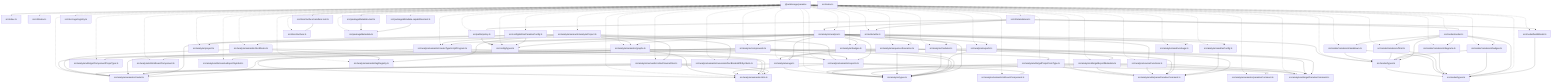
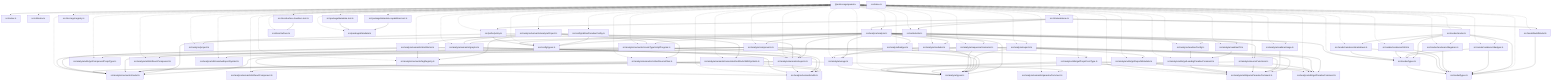
graph TD
  package__ankhorage_paradox["@ankhorage/paradox"]
  entrypoint_src_index_ts["src/index.ts"]
  package__ankhorage_paradox --> entrypoint_src_index_ts
  module_src_analyze_analyze_ts["src/analyze/analyze.ts"]
  package__ankhorage_paradox -.-> module_src_analyze_analyze_ts
  module_src_analyze_analyze_ts --> module_src_analyze_badges_ts
  module_src_analyze_analyze_ts --> module_src_analyze_components_ts
  module_src_analyze_analyze_ts --> module_src_analyze_exports_ts
  module_src_analyze_analyze_ts --> module_src_analyze_modules_ts
  module_src_analyze_analyze_ts --> module_src_analyze_project_ts
+   module_src_analyze_analyze_ts --> module_src_analyze_readmeCli_ts
  module_src_analyze_analyze_ts --> module_src_analyze_readmeConfig_ts
  module_src_analyze_analyze_ts --> module_src_analyze_readmeUsage_ts
  module_src_analyze_analyze_ts --> module_src_analyze_semantic_createTypeScriptProgram_ts
  module_src_analyze_analyze_ts --> module_src_analyze_semantic_exports_ts
  module_src_analyze_analyze_ts --> module_src_analyze_semantic_graphs_ts
  module_src_analyze_analyze_ts --> module_src_analyze_sequenceScenarios_ts
  module_src_analyze_analyze_ts --> module_src_analyze_sourceFunctions_ts
  module_src_analyze_analyze_ts --> module_src_analyze_types_ts
  module_src_analyze_analyze_ts --> module_src_analyze_usage_ts
  module_src_analyze_analyze_ts --> module_src_config_types_ts
  module_src_analyze_badges_ts["src/analyze/badges.ts"]
  package__ankhorage_paradox -.-> module_src_analyze_badges_ts
  module_src_analyze_badges_ts --> module_src_analyze_types_ts
  module_src_analyze_badges_ts --> module_src_analyze_usage_ts
  module_src_analyze_components_ts["src/analyze/components.ts"]
  package__ankhorage_paradox -.-> module_src_analyze_components_ts
  module_src_analyze_components_ts --> module_src_analyze_semantic_exports_ts
  module_src_analyze_components_ts --> module_src_analyze_semantic_model_ts
  module_src_analyze_components_ts --> module_src_analyze_types_ts
  module_src_analyze_components_ts --> module_src_analyze_utils_getComponentPropsType_ts
  module_src_analyze_components_ts --> module_src_analyze_utils_getPropsFromType_ts
  module_src_analyze_components_ts --> module_src_analyze_utils_isReactComponent_ts
  module_src_analyze_exports_ts["src/analyze/exports.ts"]
  package__ankhorage_paradox -.-> module_src_analyze_exports_ts
  module_src_analyze_exports_ts --> module_src_analyze_types_ts
  module_src_analyze_exports_ts --> module_src_analyze_utils_getExportMetadata_ts
  module_src_analyze_exports_ts --> module_src_analyze_utils_getParadoxComment_ts
  module_src_analyze_exports_ts --> module_src_analyze_utils_parseParadoxComment_ts
  module_src_analyze_exports_ts --> module_src_analyze_utils_resolveExportSymbol_ts
  module_src_analyze_modules_ts["src/analyze/modules.ts"]
  package__ankhorage_paradox -.-> module_src_analyze_modules_ts
  module_src_analyze_modules_ts --> module_src_analyze_types_ts
  module_src_analyze_project_ts["src/analyze/project.ts"]
  package__ankhorage_paradox -.-> module_src_analyze_project_ts
+   module_src_analyze_readmeCli_ts["src/analyze/readmeCli.ts"]
+   package__ankhorage_paradox -.-> module_src_analyze_readmeCli_ts
+   module_src_analyze_readmeCli_ts --> module_src_analyze_utils_getLeadingParadoxComment_ts
  module_src_analyze_readmeConfig_ts["src/analyze/readmeConfig.ts"]
  package__ankhorage_paradox -.-> module_src_analyze_readmeConfig_ts
-   module_src_analyze_readmeConfig_ts --> module_src_analyze_utils_parseParadoxComment_ts
+   module_src_analyze_readmeConfig_ts --> module_src_analyze_utils_getLeadingParadoxComment_ts
  module_src_analyze_readmeUsage_ts["src/analyze/readmeUsage.ts"]
  package__ankhorage_paradox -.-> module_src_analyze_readmeUsage_ts
  module_src_analyze_readmeUsage_ts --> module_src_analyze_utils_parseParadoxComment_ts
  module_src_analyze_semantic_analyzeProject_ts["src/analyze/semantic/analyzeProject.ts"]
  package__ankhorage_paradox -.-> module_src_analyze_semantic_analyzeProject_ts
  module_src_analyze_semantic_analyzeProject_ts --> module_src_analyze_semantic_associateDocBlocksWithSymbols_ts
  module_src_analyze_semantic_analyzeProject_ts --> module_src_analyze_semantic_collectSourceFiles_ts
  module_src_analyze_semantic_analyzeProject_ts --> module_src_analyze_semantic_createTypeScriptProgram_ts
  module_src_analyze_semantic_analyzeProject_ts --> module_src_analyze_semantic_docBlocks_ts
  module_src_analyze_semantic_analyzeProject_ts --> module_src_analyze_semantic_exports_ts
  module_src_analyze_semantic_analyzeProject_ts --> module_src_analyze_semantic_graphs_ts
  module_src_analyze_semantic_analyzeProject_ts --> module_src_analyze_semantic_model_ts
  module_src_analyze_semantic_analyzeProject_ts --> module_src_analyze_semantic_tagRegistry_ts
  module_src_analyze_semantic_associateDocBlocksWithSymbols_ts["src/analyze/semantic/associateDocBlocksWithSymbols.ts"]
  package__ankhorage_paradox -.-> module_src_analyze_semantic_associateDocBlocksWithSymbols_ts
  module_src_analyze_semantic_associateDocBlocksWithSymbols_ts --> module_src_analyze_semantic_model_ts
  module_src_analyze_semantic_associateDocBlocksWithSymbols_ts --> module_src_analyze_semantic_utils_ts
  module_src_analyze_semantic_collectSourceFiles_ts["src/analyze/semantic/collectSourceFiles.ts"]
  package__ankhorage_paradox -.-> module_src_analyze_semantic_collectSourceFiles_ts
  module_src_analyze_semantic_collectSourceFiles_ts --> module_src_analyze_semantic_model_ts
  module_src_analyze_semantic_collectSourceFiles_ts --> module_src_analyze_semantic_utils_ts
  module_src_analyze_semantic_createTypeScriptProgram_ts["src/analyze/semantic/createTypeScriptProgram.ts"]
  package__ankhorage_paradox -.-> module_src_analyze_semantic_createTypeScriptProgram_ts
  module_src_analyze_semantic_createTypeScriptProgram_ts --> module_src_analyze_semantic_model_ts
  module_src_analyze_semantic_createTypeScriptProgram_ts --> module_src_analyze_semantic_utils_ts
  module_src_analyze_semantic_docBlocks_ts["src/analyze/semantic/docBlocks.ts"]
  package__ankhorage_paradox -.-> module_src_analyze_semantic_docBlocks_ts
  module_src_analyze_semantic_docBlocks_ts --> module_src_analyze_semantic_model_ts
  module_src_analyze_semantic_docBlocks_ts --> module_src_analyze_semantic_tagRegistry_ts
  module_src_analyze_semantic_docBlocks_ts --> module_src_analyze_semantic_utils_ts
  module_src_analyze_semantic_exports_ts["src/analyze/semantic/exports.ts"]
  package__ankhorage_paradox -.-> module_src_analyze_semantic_exports_ts
  module_src_analyze_semantic_exports_ts --> module_src_analyze_semantic_isReactComponent_ts
  module_src_analyze_semantic_exports_ts --> module_src_analyze_semantic_model_ts
  module_src_analyze_semantic_exports_ts --> module_src_analyze_semantic_paradoxComment_ts
  module_src_analyze_semantic_exports_ts --> module_src_analyze_semantic_utils_ts
  module_src_analyze_semantic_graphs_ts["src/analyze/semantic/graphs.ts"]
  package__ankhorage_paradox -.-> module_src_analyze_semantic_graphs_ts
  module_src_analyze_semantic_graphs_ts --> module_src_analyze_semantic_exports_ts
  module_src_analyze_semantic_graphs_ts --> module_src_analyze_semantic_model_ts
  module_src_analyze_semantic_graphs_ts --> module_src_analyze_semantic_utils_ts
  module_src_analyze_semantic_isReactComponent_ts["src/analyze/semantic/isReactComponent.ts"]
  package__ankhorage_paradox -.-> module_src_analyze_semantic_isReactComponent_ts
  module_src_analyze_semantic_model_ts["src/analyze/semantic/model.ts"]
  package__ankhorage_paradox -.-> module_src_analyze_semantic_model_ts
  module_src_analyze_semantic_paradoxComment_ts["src/analyze/semantic/paradoxComment.ts"]
  package__ankhorage_paradox -.-> module_src_analyze_semantic_paradoxComment_ts
  module_src_analyze_semantic_tagRegistry_ts["src/analyze/semantic/tagRegistry.ts"]
  package__ankhorage_paradox -.-> module_src_analyze_semantic_tagRegistry_ts
  module_src_analyze_semantic_utils_ts["src/analyze/semantic/utils.ts"]
  package__ankhorage_paradox -.-> module_src_analyze_semantic_utils_ts
  module_src_analyze_sequenceScenarios_ts["src/analyze/sequenceScenarios.ts"]
  package__ankhorage_paradox -.-> module_src_analyze_sequenceScenarios_ts
  module_src_analyze_sequenceScenarios_ts --> module_src_analyze_semantic_utils_ts
  module_src_analyze_sequenceScenarios_ts --> module_src_analyze_types_ts
  module_src_analyze_sequenceScenarios_ts --> module_src_analyze_usage_ts
  module_src_analyze_sequenceScenarios_ts --> module_src_analyze_utils_getParadoxComment_ts
  module_src_analyze_sequenceScenarios_ts --> module_src_analyze_utils_parseParadoxComment_ts
  module_src_analyze_sourceFunctions_ts["src/analyze/sourceFunctions.ts"]
  package__ankhorage_paradox -.-> module_src_analyze_sourceFunctions_ts
  module_src_analyze_sourceFunctions_ts --> module_src_analyze_types_ts
  module_src_analyze_sourceFunctions_ts --> module_src_analyze_utils_getParadoxComment_ts
  module_src_analyze_sourceFunctions_ts --> module_src_analyze_utils_parseParadoxComment_ts
  module_src_analyze_types_ts["src/analyze/types.ts"]
  package__ankhorage_paradox -.-> module_src_analyze_types_ts
  module_src_analyze_usage_ts["src/analyze/usage.ts"]
  package__ankhorage_paradox -.-> module_src_analyze_usage_ts
  module_src_analyze_usage_ts --> module_src_analyze_types_ts
  module_src_analyze_utils_getComponentPropsType_ts["src/analyze/utils/getComponentPropsType.ts"]
  package__ankhorage_paradox -.-> module_src_analyze_utils_getComponentPropsType_ts
  module_src_analyze_utils_getExportMetadata_ts["src/analyze/utils/getExportMetadata.ts"]
  package__ankhorage_paradox -.-> module_src_analyze_utils_getExportMetadata_ts
  module_src_analyze_utils_getExportMetadata_ts --> module_src_analyze_types_ts
  module_src_analyze_utils_getExportMetadata_ts --> module_src_analyze_utils_getParadoxComment_ts
  module_src_analyze_utils_getExportMetadata_ts --> module_src_analyze_utils_parseParadoxComment_ts
+   module_src_analyze_utils_getLeadingParadoxComment_ts["src/analyze/utils/getLeadingParadoxComment.ts"]
+   package__ankhorage_paradox -.-> module_src_analyze_utils_getLeadingParadoxComment_ts
+   module_src_analyze_utils_getLeadingParadoxComment_ts --> module_src_analyze_utils_parseParadoxComment_ts
  module_src_analyze_utils_getParadoxComment_ts["src/analyze/utils/getParadoxComment.ts"]
  package__ankhorage_paradox -.-> module_src_analyze_utils_getParadoxComment_ts
  module_src_analyze_utils_getPropsFromType_ts["src/analyze/utils/getPropsFromType.ts"]
  package__ankhorage_paradox -.-> module_src_analyze_utils_getPropsFromType_ts
  module_src_analyze_utils_getPropsFromType_ts --> module_src_analyze_types_ts
  module_src_analyze_utils_getPropsFromType_ts --> module_src_analyze_utils_getParadoxComment_ts
  module_src_analyze_utils_getPropsFromType_ts --> module_src_analyze_utils_parseParadoxComment_ts
  module_src_analyze_utils_isReactComponent_ts["src/analyze/utils/isReactComponent.ts"]
  package__ankhorage_paradox -.-> module_src_analyze_utils_isReactComponent_ts
  module_src_analyze_utils_parseParadoxComment_ts["src/analyze/utils/parseParadoxComment.ts"]
  package__ankhorage_paradox -.-> module_src_analyze_utils_parseParadoxComment_ts
  module_src_analyze_utils_resolveExportSymbol_ts["src/analyze/utils/resolveExportSymbol.ts"]
  package__ankhorage_paradox -.-> module_src_analyze_utils_resolveExportSymbol_ts
  module_src_cli_index_ts["src/cli/index.ts"]
  package__ankhorage_paradox -.-> module_src_cli_index_ts
  module_src_cli_standalone_ts["src/cli/standalone.ts"]
  package__ankhorage_paradox -.-> module_src_cli_standalone_ts
  module_src_cli_standalone_ts --> module_src_analyze_analyze_ts
  module_src_cli_standalone_ts --> module_src_model_buildModel_ts
  module_src_cli_standalone_ts --> module_src_paths_policy_ts
  module_src_cli_standalone_ts --> module_src_render_render_ts
  module_src_cli_standalone_ts --> module_src_write_write_ts
  module_src_config_defineParadoxConfig_ts["src/config/defineParadoxConfig.ts"]
  package__ankhorage_paradox -.-> module_src_config_defineParadoxConfig_ts
  module_src_config_defineParadoxConfig_ts --> module_src_config_types_ts
  module_src_config_types_ts["src/config/types.ts"]
  package__ankhorage_paradox -.-> module_src_config_types_ts
  module_src_doc_tags_registry_ts["src/doc-tags/registry.ts"]
  package__ankhorage_paradox -.-> module_src_doc_tags_registry_ts
  module_src_docsSurface_handlers_test_ts["src/docsSurface.handlers.test.ts"]
  package__ankhorage_paradox -.-> module_src_docsSurface_handlers_test_ts
  module_src_docsSurface_handlers_test_ts --> module_src_docsSurface_ts
  module_src_docsSurface_ts["src/docsSurface.ts"]
  package__ankhorage_paradox -.-> module_src_docsSurface_ts
  module_src_index_ts["src/index.ts"]
  module_src_model_buildModel_ts["src/model/buildModel.ts"]
  package__ankhorage_paradox -.-> module_src_model_buildModel_ts
  module_src_model_buildModel_ts --> module_src_model_types_ts
  module_src_model_types_ts["src/model/types.ts"]
  package__ankhorage_paradox -.-> module_src_model_types_ts
  module_src_packageMetadata_capabilities_test_ts["src/packageMetadata.capabilities.test.ts"]
  package__ankhorage_paradox -.-> module_src_packageMetadata_capabilities_test_ts
  module_src_packageMetadata_capabilities_test_ts --> module_src_packageMetadata_ts
  module_src_packageMetadata_test_ts["src/packageMetadata.test.ts"]
  package__ankhorage_paradox -.-> module_src_packageMetadata_test_ts
  module_src_packageMetadata_test_ts --> module_src_packageMetadata_ts
  module_src_packageMetadata_ts["src/packageMetadata.ts"]
  package__ankhorage_paradox -.-> module_src_packageMetadata_ts
  module_src_paths_policy_ts["src/paths/policy.ts"]
  package__ankhorage_paradox -.-> module_src_paths_policy_ts
  module_src_paths_policy_ts --> module_src_config_types_ts
  module_src_render_render_ts["src/render/render.ts"]
  package__ankhorage_paradox -.-> module_src_render_render_ts
  module_src_render_render_ts --> module_src_model_types_ts
  module_src_render_render_ts --> module_src_render_renderers_badges_ts
  module_src_render_render_ts --> module_src_render_renderers_diagrams_ts
  module_src_render_render_ts --> module_src_render_renderers_html_ts
  module_src_render_render_ts --> module_src_render_renderers_markdown_ts
  module_src_render_render_ts --> module_src_render_types_ts
  module_src_render_renderers_badges_ts["src/render/renderers/badges.ts"]
  package__ankhorage_paradox -.-> module_src_render_renderers_badges_ts
  module_src_render_renderers_badges_ts --> module_src_model_types_ts
  module_src_render_renderers_badges_ts --> module_src_render_types_ts
  module_src_render_renderers_diagrams_ts["src/render/renderers/diagrams.ts"]
  package__ankhorage_paradox -.-> module_src_render_renderers_diagrams_ts
  module_src_render_renderers_diagrams_ts --> module_src_model_types_ts
  module_src_render_renderers_diagrams_ts --> module_src_render_types_ts
  module_src_render_renderers_html_ts["src/render/renderers/html.ts"]
  package__ankhorage_paradox -.-> module_src_render_renderers_html_ts
  module_src_render_renderers_html_ts --> module_src_model_types_ts
  module_src_render_renderers_html_ts --> module_src_render_types_ts
  module_src_render_renderers_markdown_ts["src/render/renderers/markdown.ts"]
  package__ankhorage_paradox -.-> module_src_render_renderers_markdown_ts
  module_src_render_renderers_markdown_ts --> module_src_model_types_ts
  module_src_render_renderers_markdown_ts --> module_src_render_types_ts
  module_src_render_types_ts["src/render/types.ts"]
  package__ankhorage_paradox -.-> module_src_render_types_ts
  module_src_render_types_ts --> module_src_model_types_ts
  module_src_write_write_ts["src/write/write.ts"]
  package__ankhorage_paradox -.-> module_src_write_write_ts
  module_src_write_write_ts --> module_src_config_types_ts
  module_src_write_write_ts --> module_src_render_types_ts
